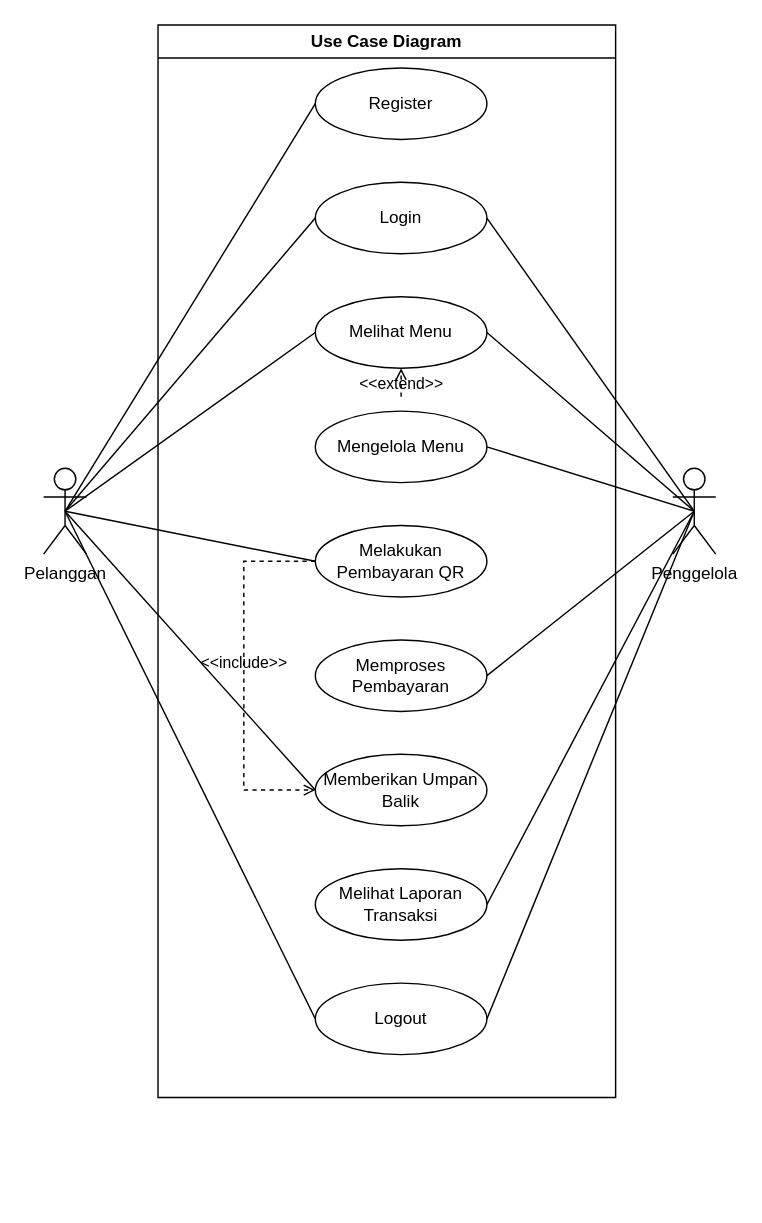
Above: page "Use Case" (1 of 5) of Docs/Use Case/Untitled Diagram.drawio in gustitriprayoga/Sistem-Pembayaran-QR (draw.io), before the change. Source tidied: cells renumbered, new cells numbered last; positions are measured from the earlier drawing's top-left corner, leaving out a move shared by most shapes. Both pictures are drawn from the tidied source at 143%, with x=0, y=0 at pixel (43, 24).
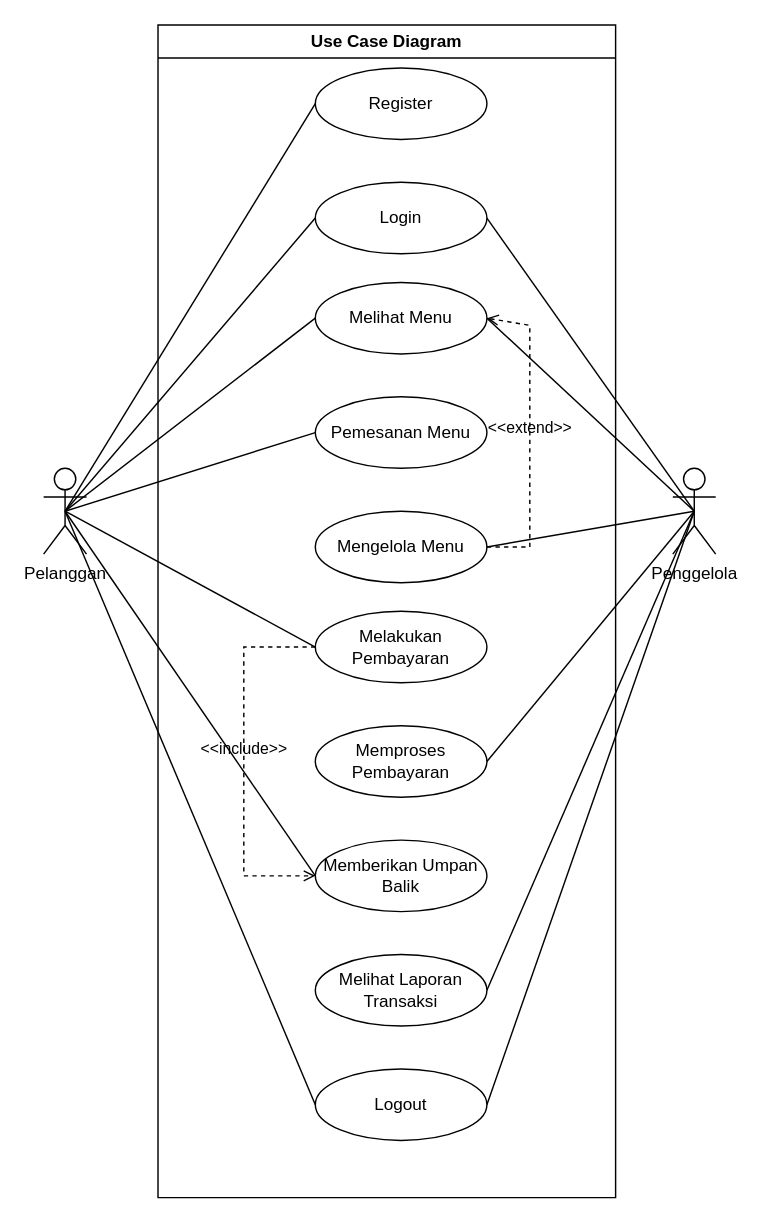
The same diagram, later.

The change refers to these unchanged cells:
```xml
<mxCell id="8" value="Pelanggan" style="shape=umlActor;verticalLabelPosition=bottom;verticalAlign=top;html=1;outlineConnect=0;" parent="1" vertex="1">
  <mxGeometry y="310" width="30" height="60" as="geometry" />
</mxCell>
```

Diff of the diagram source:
```diff
@@
+    <mxCell id="27" value="Use Case Diagram" style="swimlane;whiteSpace=wrap;html=1;" parent="1" vertex="1">
+      <mxGeometry x="80" width="320" height="820" as="geometry" />
+    </mxCell>
-    <mxCell id="18" value="Melihat Menu" style="ellipse;whiteSpace=wrap;html=1;" parent="1" vertex="1">
-      <mxGeometry x="190" y="190" width="120" height="50" as="geometry" />
+    <mxCell id="18" value="Melihat Menu" style="ellipse;whiteSpace=wrap;html=1;" parent="27" vertex="1">
+      <mxGeometry x="110" y="180" width="120" height="50" as="geometry" />
     </mxCell>
+    <mxCell id="25" value="&amp;lt;&amp;lt;extend&amp;gt;&amp;gt;" style="html=1;verticalAlign=bottom;labelBackgroundColor=none;endArrow=open;endFill=0;dashed=1;rounded=0;entryX=1;entryY=0.5;entryDx=0;entryDy=0;exitX=1;exitY=0.5;exitDx=0;exitDy=0;" parent="27" edge="1" source="19" target="18">
+      <mxGeometry x="-0.03" relative="1" as="geometry">
+        <Array as="points">
+          <mxPoint x="260" y="365" />
+          <mxPoint x="260" y="210" />
+        </Array>
+      </mxGeometry>
+    </mxCell>
-    <mxCell id="19" value="Mengelola Menu" style="ellipse;whiteSpace=wrap;html=1;" parent="1" vertex="1">
-      <mxGeometry x="190" y="270" width="120" height="50" as="geometry" />
+    <mxCell id="19" value="Mengelola Menu" style="ellipse;whiteSpace=wrap;html=1;" parent="27" vertex="1">
+      <mxGeometry x="110" y="340" width="120" height="50" as="geometry" />
     </mxCell>
-    <mxCell id="20" value="Melakukan Pembayaran QR" style="ellipse;whiteSpace=wrap;html=1;" parent="1" vertex="1">
-      <mxGeometry x="190" y="350" width="120" height="50" as="geometry" />
+    <mxCell id="20" value="Melakukan Pembayaran" style="ellipse;whiteSpace=wrap;html=1;" parent="27" vertex="1">
+      <mxGeometry x="110" y="410" width="120" height="50" as="geometry" />
     </mxCell>
+    <mxCell id="26" value="&amp;lt;&amp;lt;include&amp;gt;&amp;gt;" style="html=1;verticalAlign=bottom;labelBackgroundColor=none;endArrow=open;endFill=0;dashed=1;rounded=0;exitX=0;exitY=0.5;exitDx=0;exitDy=0;entryX=0;entryY=0.5;entryDx=0;entryDy=0;" parent="27" edge="1" source="20" target="22">
+      <mxGeometry relative="1" as="geometry">
+        <Array as="points">
+          <mxPoint x="60" y="435" />
+          <mxPoint x="60" y="595" />
+        </Array>
+      </mxGeometry>
+    </mxCell>
-    <mxCell id="21" value="Memproses Pembayaran" style="ellipse;whiteSpace=wrap;html=1;" parent="1" vertex="1">
-      <mxGeometry x="190" y="430" width="120" height="50" as="geometry" />
+    <mxCell id="21" value="Memproses Pembayaran" style="ellipse;whiteSpace=wrap;html=1;" parent="27" vertex="1">
+      <mxGeometry x="110" y="490" width="120" height="50" as="geometry" />
     </mxCell>
-    <mxCell id="22" value="Memberikan Umpan Balik" style="ellipse;whiteSpace=wrap;html=1;" parent="1" vertex="1">
-      <mxGeometry x="190" y="510" width="120" height="50" as="geometry" />
+    <mxCell id="22" value="Memberikan Umpan Balik" style="ellipse;whiteSpace=wrap;html=1;" parent="27" vertex="1">
+      <mxGeometry x="110" y="570" width="120" height="50" as="geometry" />
     </mxCell>
-    <mxCell id="23" value="Melihat Laporan Transaksi" style="ellipse;whiteSpace=wrap;html=1;" parent="1" vertex="1">
-      <mxGeometry x="190" y="590" width="120" height="50" as="geometry" />
+    <mxCell id="23" value="Melihat Laporan Transaksi" style="ellipse;whiteSpace=wrap;html=1;" parent="27" vertex="1">
+      <mxGeometry x="110" y="650" width="120" height="50" as="geometry" />
     </mxCell>
-    <mxCell id="24" value="Logout" style="ellipse;whiteSpace=wrap;html=1;" parent="1" vertex="1">
-      <mxGeometry x="190" y="670" width="120" height="50" as="geometry" />
+    <mxCell id="24" value="Logout" style="ellipse;whiteSpace=wrap;html=1;" parent="27" vertex="1">
+      <mxGeometry x="110" y="730" width="120" height="50" as="geometry" />
     </mxCell>
-    <mxCell id="25" value="&amp;lt;&amp;lt;extend&amp;gt;&amp;gt;" style="html=1;verticalAlign=bottom;labelBackgroundColor=none;endArrow=open;endFill=0;dashed=1;rounded=0;entryX=0.5;entryY=1;entryDx=0;entryDy=0;" parent="1" edge="1" target="18">
-      <mxGeometry x="-1" relative="1" as="geometry">
-        <mxPoint x="250" y="260" as="sourcePoint" />
-      </mxGeometry>
-    </mxCell>
-    <mxCell id="26" value="&amp;lt;&amp;lt;include&amp;gt;&amp;gt;" style="html=1;verticalAlign=bottom;labelBackgroundColor=none;endArrow=open;endFill=0;dashed=1;rounded=0;exitX=0;exitY=0.5;exitDx=0;exitDy=0;entryX=0;entryY=0.5;entryDx=0;entryDy=0;" parent="1" edge="1" source="20" target="22">
-      <mxGeometry relative="1" as="geometry">
-        <Array as="points">
-          <mxPoint x="140" y="375" />
-          <mxPoint x="140" y="535" />
-        </Array>
-      </mxGeometry>
-    </mxCell>
-    <mxCell id="27" value="Use Case Diagram" style="swimlane;whiteSpace=wrap;html=1;" parent="1" vertex="1">
-      <mxGeometry x="80" width="320" height="750" as="geometry" />
-    </mxCell>
+    <mxCell id="28" value="Pemesanan Menu" style="ellipse;whiteSpace=wrap;html=1;" parent="27" vertex="1">
+      <mxGeometry x="110" y="260" width="120" height="50" as="geometry" />
+    </mxCell>
+    <mxCell id="29" style="rounded=0;jettySize=auto;html=1;exitX=0.5;exitY=0.5;exitDx=0;exitDy=0;exitPerimeter=0;entryX=0;entryY=0.5;entryDx=0;entryDy=0;endArrow=none;startFill=0;" parent="1" edge="1" source="8" target="28">
+      <mxGeometry relative="1" as="geometry" />
+    </mxCell>
```
